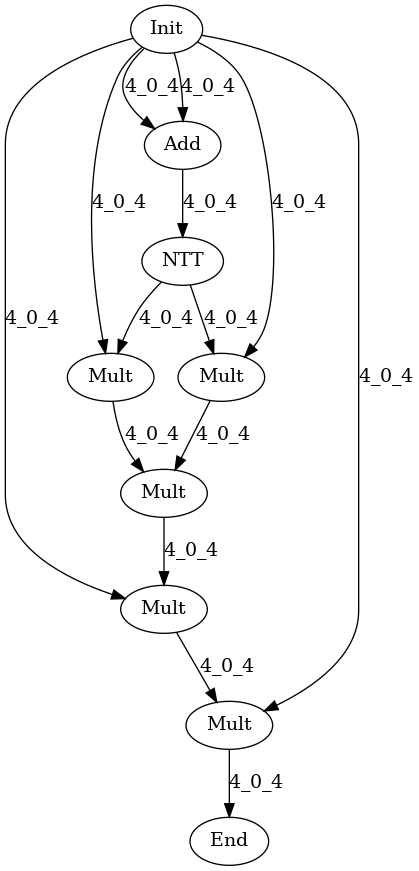
This is data/graph_poly.dot.png from hal-lab-u-tokyo/PolyFHE, a Graphviz export, as it was before one commit. Its source is kept beside it as data/graph_poly.dot.
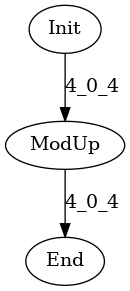
Later version of the same file.

Commit message:
modup CPU

Diff of the diagram source:
```diff
@@ -1,25 +1,7 @@
 digraph G {
 Init[label="Init"];
 End[label="End"];
-Add0[label="Add"];
-NTT[label="NTT"];
-Mult0[label="Mult"];
-Mult1[label="Mult"];
-Mult2[label="Mult"];
-Mult3[label="Mult"];
-Mult4[label="Mult"];
-Init -> Add0[label="4_0_4"];
-Init -> Add0[label="4_0_4"];
-Init -> Mult0[label="4_0_4"];
-Init -> Mult1[label="4_0_4"];
-Add0 -> NTT[label="4_0_4"];
-NTT -> Mult0[label="4_0_4"];
-NTT -> Mult1[label="4_0_4"];
-Mult0 -> Mult2[label="4_0_4"];
-Mult1 -> Mult2[label="4_0_4"];
-Mult2 -> Mult3[label="4_0_4"];
-Mult3 -> Mult4[label="4_0_4"];
-Init -> Mult3[label="4_0_4"];
-Init -> Mult4[label="4_0_4"];
-Mult4 -> End[label="4_0_4"];
+ModUp[label="ModUp"];
+Init -> ModUp[label="4_0_4"];
+ModUp -> End[label="4_0_4"];
 }
```
